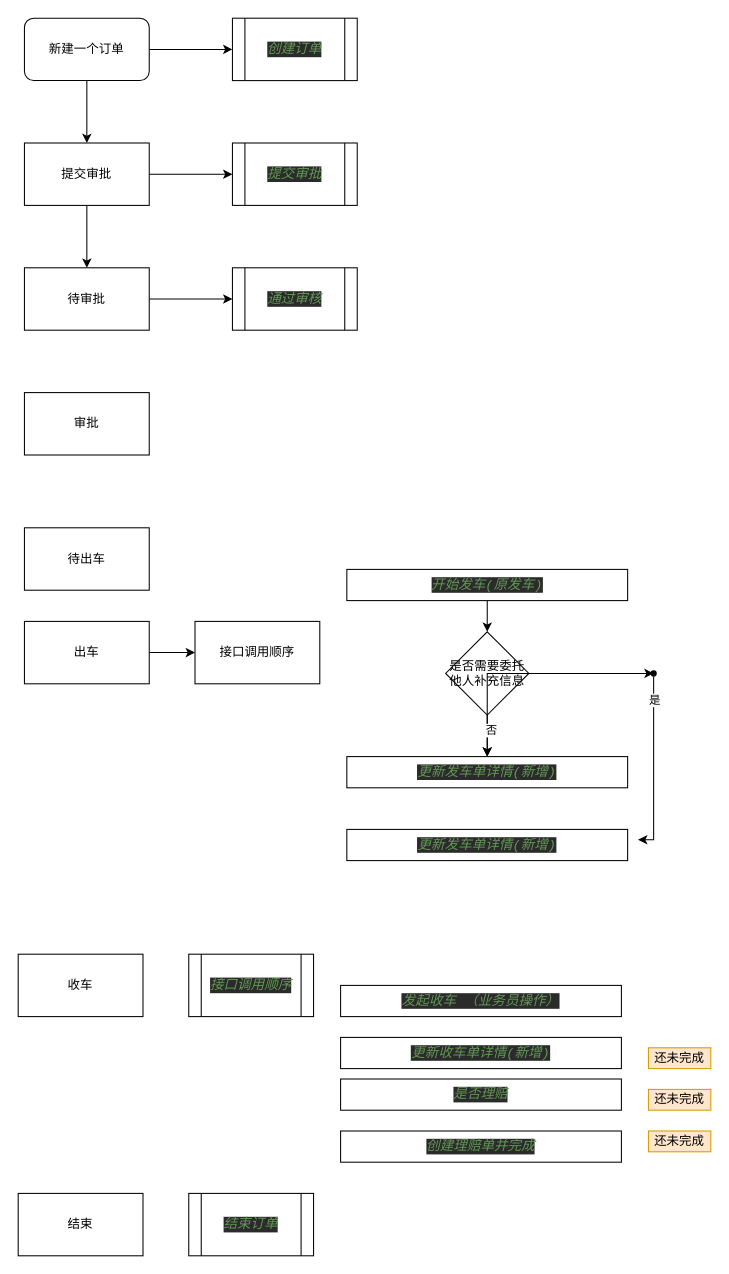
Before: Untitled Diagram.drawio in yangrenqing/yangrenqing, a draw.io diagram. Source tidied: cells renumbered, new cells numbered last; positions are measured from the earlier drawing's top-left corner, leaving out a move shared by most shapes. Both pictures are drawn from the tidied source at 104%, with x=0, y=0 at pixel (18, 18).
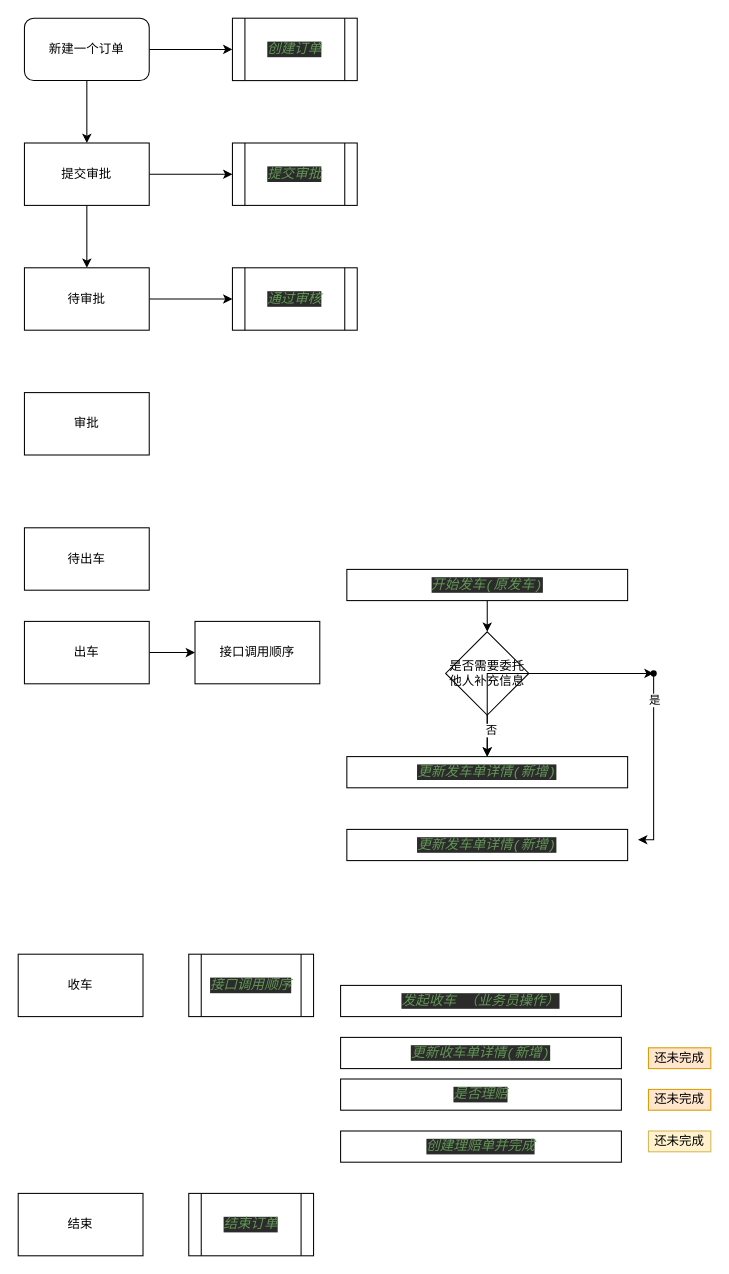
The same page after the edit.

Diff of the diagram source:
```diff
@@
-    <mxCell id="40" value="还未完成" style="text;html=1;strokeColor=#d79b00;fillColor=#ffe6cc;align=center;verticalAlign=middle;whiteSpace=wrap;rounded=0;" parent="1" vertex="1">
+    <mxCell id="40" value="还未完成" style="text;html=1;strokeColor=#d6b656;fillColor=#fff2cc;align=center;verticalAlign=middle;whiteSpace=wrap;rounded=0;" parent="1" vertex="1">
       <mxGeometry x="606" y="1070" width="60" height="20" as="geometry" />
     </mxCell>
```
